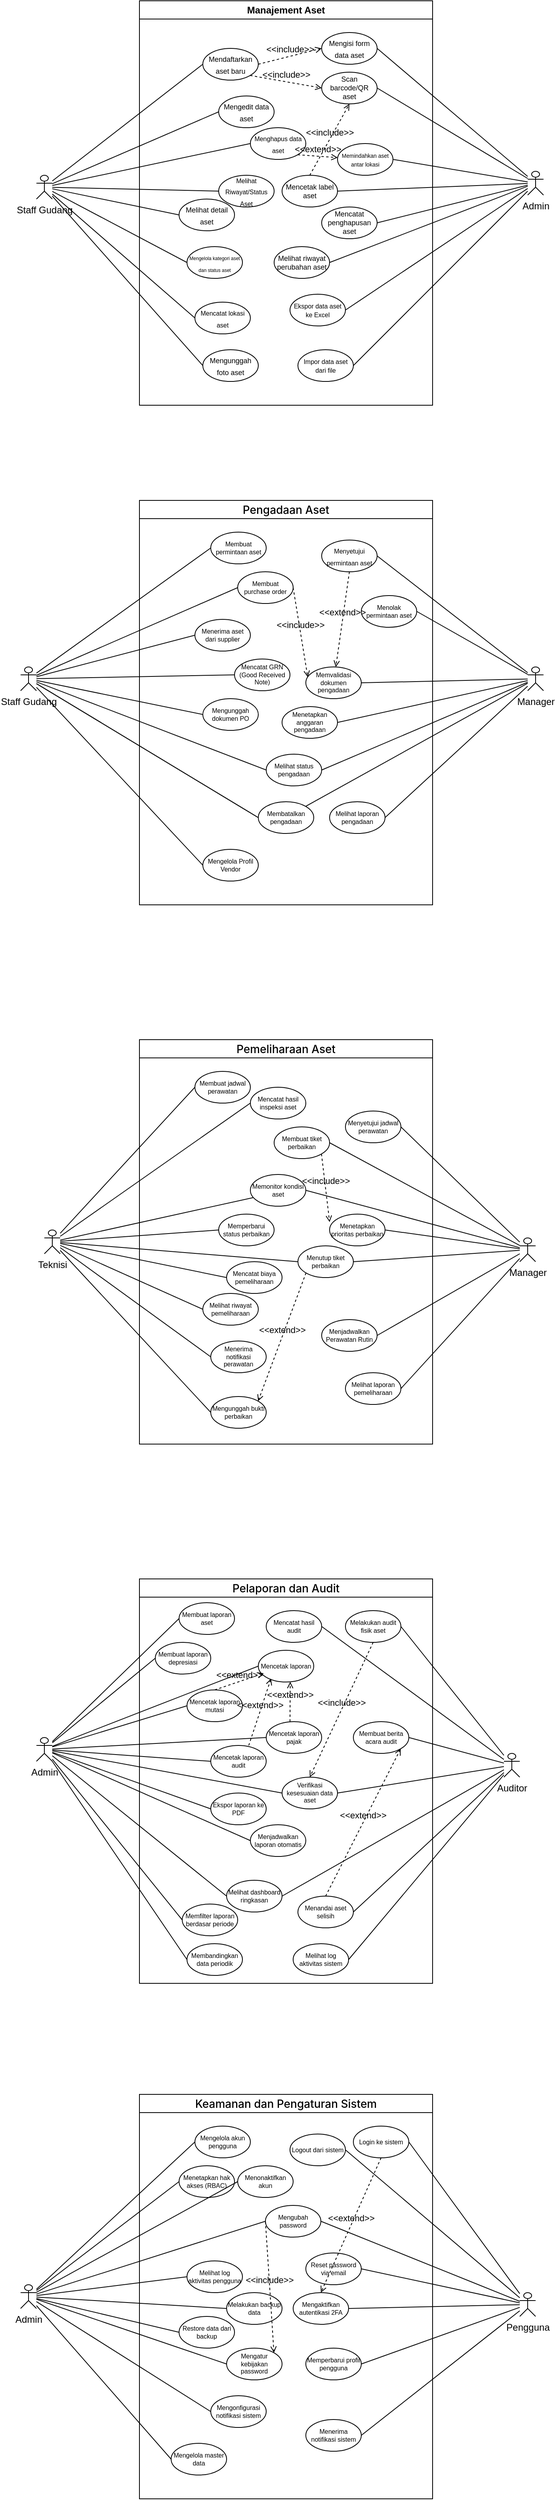
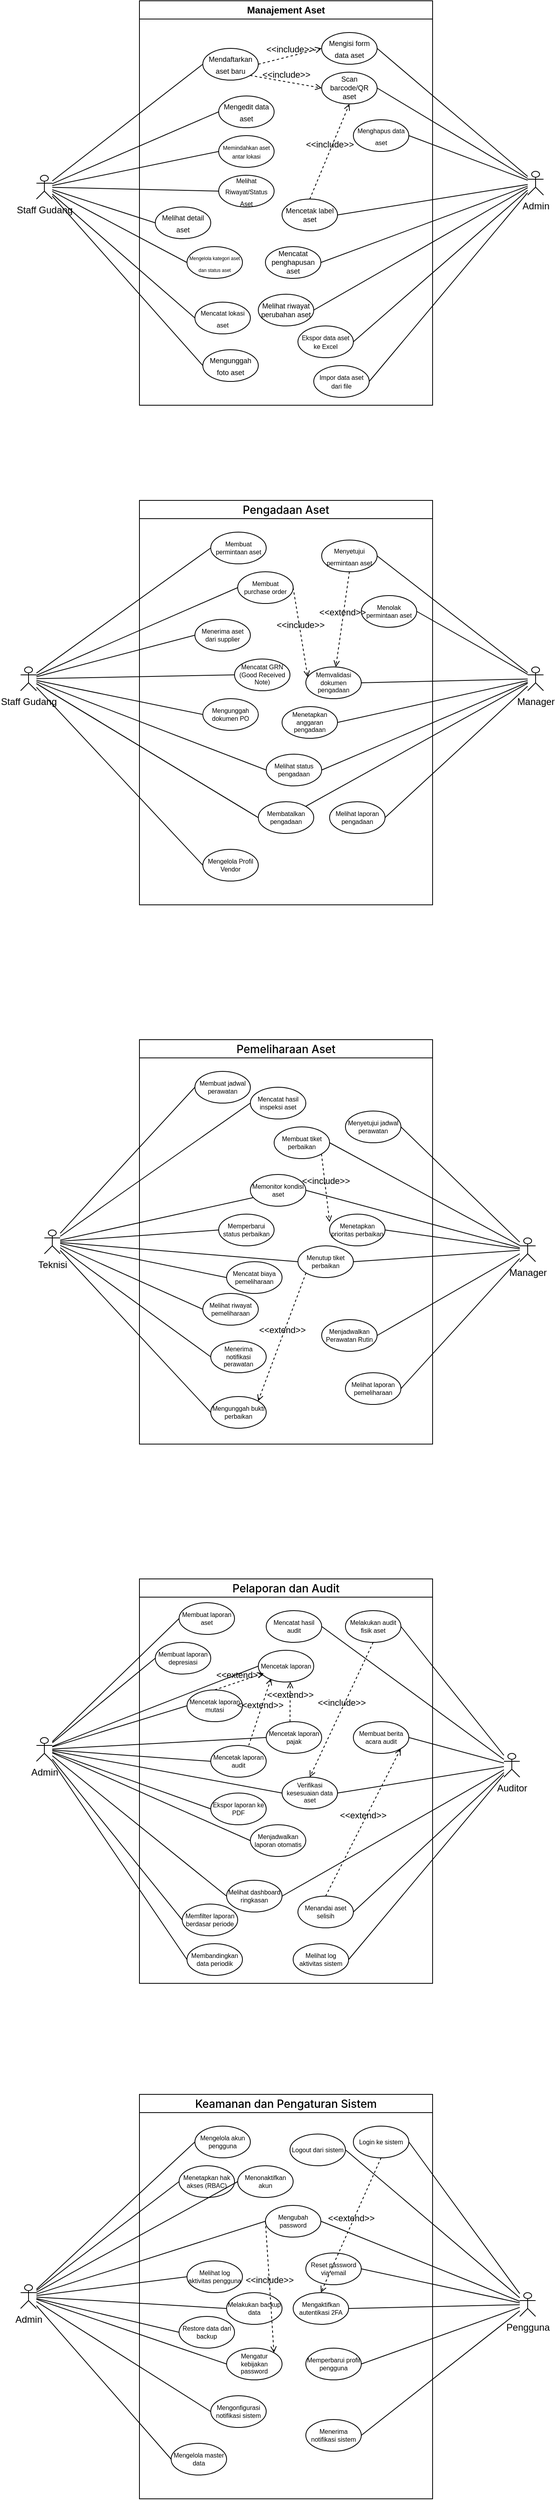
<mxfile host="app.diagrams.net">
  <diagram name="Halaman-1" id="vrqg1WvFMhjWSPYmkqD6">
-     <mxGraphModel dx="1212" dy="620" grid="1" gridSize="10" guides="1" tooltips="1" connect="1" arrows="1" fold="1" page="1" pageScale="1" pageWidth="827" pageHeight="1169" math="0" shadow="0">
+     <mxGraphModel dx="2575" dy="1318" grid="1" gridSize="10" guides="1" tooltips="1" connect="1" arrows="1" fold="1" page="1" pageScale="1" pageWidth="827" pageHeight="1169" math="0" shadow="0">
      <root>
        <mxCell id="0" />
        <mxCell id="1" parent="0" />
        <mxCell id="ttJMnmOJ9A8DWHro3bs2-210" parent="1" style="shape=umlActor;verticalLabelPosition=bottom;verticalAlign=top;html=1;outlineConnect=0;" value="Staff Gudang" vertex="1">
          <mxGeometry height="30" width="20" x="90" y="310" as="geometry" />
        </mxCell>
        <mxCell id="ttJMnmOJ9A8DWHro3bs2-211" parent="1" style="shape=umlActor;verticalLabelPosition=bottom;verticalAlign=top;html=1;outlineConnect=0;" value="Admin" vertex="1">
          <mxGeometry height="30" width="20" x="710" y="305" as="geometry" />
        </mxCell>
        <mxCell id="ttJMnmOJ9A8DWHro3bs2-212" parent="1" style="ellipse;whiteSpace=wrap;html=1;align=center;" value="&lt;span style=&quot;&quot;&gt;&lt;font style=&quot;font-size: 9px;&quot;&gt;Mendaftarkan aset baru&lt;/font&gt;&lt;/span&gt;" vertex="1">
          <mxGeometry height="40" width="70" x="300" y="150" as="geometry" />
        </mxCell>
-         <mxCell id="ttJMnmOJ9A8DWHro3bs2-213" edge="1" parent="1" source="ttJMnmOJ9A8DWHro3bs2-214" style="rounded=0;orthogonalLoop=1;jettySize=auto;html=1;exitX=0;exitY=0.5;exitDx=0;exitDy=0;endArrow=none;endFill=0;" target="ttJMnmOJ9A8DWHro3bs2-210">
-           <mxGeometry relative="1" as="geometry" />
-         </mxCell>
-         <mxCell id="ttJMnmOJ9A8DWHro3bs2-214" parent="1" style="ellipse;whiteSpace=wrap;html=1;align=center;" value="&lt;span style=&quot;&quot;&gt;&lt;font style=&quot;font-size: 8px;&quot;&gt;Menghapus data aset&lt;/font&gt;&lt;/span&gt;" vertex="1">
-           <mxGeometry height="40" width="70" x="360" y="250" as="geometry" />
-         </mxCell>
        <mxCell id="ttJMnmOJ9A8DWHro3bs2-215" edge="1" parent="1" source="ttJMnmOJ9A8DWHro3bs2-216" style="rounded=0;orthogonalLoop=1;jettySize=auto;html=1;exitX=0;exitY=0.5;exitDx=0;exitDy=0;endArrow=none;endFill=0;" target="ttJMnmOJ9A8DWHro3bs2-210">
          <mxGeometry relative="1" as="geometry" />
        </mxCell>
        <mxCell id="ttJMnmOJ9A8DWHro3bs2-217" edge="1" parent="1" source="ttJMnmOJ9A8DWHro3bs2-218" style="rounded=0;orthogonalLoop=1;jettySize=auto;html=1;exitX=0;exitY=0.5;exitDx=0;exitDy=0;endArrow=none;endFill=0;" target="ttJMnmOJ9A8DWHro3bs2-210">
          <mxGeometry relative="1" as="geometry" />
        </mxCell>
        <mxCell id="ttJMnmOJ9A8DWHro3bs2-219" parent="1" style="ellipse;whiteSpace=wrap;html=1;align=center;" value="&lt;span style=&quot;&quot;&gt;&lt;font style=&quot;font-size: 6px;&quot;&gt;Mengelola kategori aset dan status aset&lt;/font&gt;&lt;/span&gt;" vertex="1">
          <mxGeometry height="40" width="70" x="280" y="400" as="geometry" />
        </mxCell>
        <mxCell id="ttJMnmOJ9A8DWHro3bs2-220" parent="1" style="ellipse;whiteSpace=wrap;html=1;align=center;" value="&lt;span style=&quot;&quot;&gt;&lt;font style=&quot;font-size: 9px;&quot;&gt;Mengunggah foto aset&lt;/font&gt;&lt;/span&gt;" vertex="1">
          <mxGeometry height="40" width="70" x="300" y="530" as="geometry" />
        </mxCell>
        <mxCell id="ttJMnmOJ9A8DWHro3bs2-221" parent="1" style="ellipse;whiteSpace=wrap;html=1;align=center;" value="&lt;span style=&quot;&quot;&gt;&lt;font style=&quot;font-size: 9px;&quot;&gt;Mengedit data aset&lt;/font&gt;&lt;/span&gt;" vertex="1">
          <mxGeometry height="40" width="70" x="320" y="210" as="geometry" />
        </mxCell>
        <mxCell id="ttJMnmOJ9A8DWHro3bs2-222" parent="1" style="ellipse;whiteSpace=wrap;html=1;align=center;" value="&lt;span style=&quot;&quot;&gt;&lt;font style=&quot;font-size: 8px;&quot;&gt;Mencatat lokasi aset&lt;/font&gt;&lt;/span&gt;" vertex="1">
          <mxGeometry height="40" width="70" x="290" y="470" as="geometry" />
        </mxCell>
        <mxCell id="ttJMnmOJ9A8DWHro3bs2-223" parent="1" style="ellipse;whiteSpace=wrap;html=1;align=center;" value="&lt;span style=&quot;&quot;&gt;&lt;font style=&quot;font-size: 9px;&quot;&gt;Mengisi form data aset&lt;/font&gt;&lt;/span&gt;" vertex="1">
          <mxGeometry height="40" width="70" x="450" y="130" as="geometry" />
        </mxCell>
        <mxCell id="ttJMnmOJ9A8DWHro3bs2-224" parent="1" style="ellipse;whiteSpace=wrap;html=1;verticalAlign=middle;fontSize=9;align=center;" value="&lt;font&gt;Scan barcode/QR aset&lt;/font&gt;" vertex="1">
          <mxGeometry height="40" width="70" x="450" y="180" as="geometry" />
-         </mxCell>
-         <mxCell id="ttJMnmOJ9A8DWHro3bs2-225" parent="1" style="ellipse;whiteSpace=wrap;html=1;verticalAlign=middle;fontSize=9;align=center;" value="Melihat riwayat perubahan aset" vertex="1">
-           <mxGeometry height="40" width="70" x="390" y="400" as="geometry" />
        </mxCell>
        <mxCell id="ttJMnmOJ9A8DWHro3bs2-226" edge="1" parent="1" source="ttJMnmOJ9A8DWHro3bs2-227" style="rounded=0;orthogonalLoop=1;jettySize=auto;html=1;exitX=1;exitY=0.5;exitDx=0;exitDy=0;endArrow=none;endFill=0;" target="ttJMnmOJ9A8DWHro3bs2-211">
          <mxGeometry relative="1" as="geometry">
            <mxPoint x="710" y="340" as="targetPoint" />
          </mxGeometry>
        </mxCell>
-         <mxCell id="ttJMnmOJ9A8DWHro3bs2-227" parent="1" style="ellipse;whiteSpace=wrap;html=1;verticalAlign=middle;fontSize=9;align=center;" value="&lt;font style=&quot;font-size: 8px;&quot;&gt;Ekspor data aset ke Excel&lt;/font&gt;" vertex="1">
-           <mxGeometry height="40" width="70" x="410" y="460" as="geometry" />
-         </mxCell>
-         <mxCell id="ttJMnmOJ9A8DWHro3bs2-228" parent="1" style="ellipse;whiteSpace=wrap;html=1;verticalAlign=middle;fontSize=9;align=center;" value="Mencetak label aset" vertex="1">
-           <mxGeometry height="40" width="70" x="400" y="310" as="geometry" />
-         </mxCell>
-         <mxCell id="ttJMnmOJ9A8DWHro3bs2-229" parent="1" style="ellipse;whiteSpace=wrap;html=1;verticalAlign=middle;fontSize=9;align=center;" value="&lt;font style=&quot;font-size: 7px;&quot;&gt;Memindahkan aset antar lokasi&lt;/font&gt;" vertex="1">
-           <mxGeometry height="40" width="70" x="470" y="270" as="geometry" />
-         </mxCell>
-         <mxCell id="ttJMnmOJ9A8DWHro3bs2-231" parent="1" style="ellipse;whiteSpace=wrap;html=1;verticalAlign=middle;fontSize=9;align=center;" value="&lt;font style=&quot;font-size: 8px;&quot;&gt;Impor data aset dari file&lt;/font&gt;" vertex="1">
-           <mxGeometry height="40" width="70" x="420" y="530" as="geometry" />
-         </mxCell>
        <mxCell id="ttJMnmOJ9A8DWHro3bs2-232" edge="1" parent="1" source="ttJMnmOJ9A8DWHro3bs2-212" style="rounded=0;orthogonalLoop=1;jettySize=auto;html=1;exitX=0;exitY=0.5;exitDx=0;exitDy=0;endArrow=none;endFill=0;" target="ttJMnmOJ9A8DWHro3bs2-210">
          <mxGeometry relative="1" as="geometry" />
        </mxCell>
        <mxCell id="ttJMnmOJ9A8DWHro3bs2-233" edge="1" parent="1" source="ttJMnmOJ9A8DWHro3bs2-221" style="rounded=0;orthogonalLoop=1;jettySize=auto;html=1;exitX=0;exitY=0.5;exitDx=0;exitDy=0;endArrow=none;endFill=0;" target="ttJMnmOJ9A8DWHro3bs2-210">
          <mxGeometry relative="1" as="geometry" />
        </mxCell>
        <mxCell id="ttJMnmOJ9A8DWHro3bs2-234" edge="1" parent="1" source="ttJMnmOJ9A8DWHro3bs2-220" style="rounded=0;orthogonalLoop=1;jettySize=auto;html=1;exitX=0;exitY=0.5;exitDx=0;exitDy=0;endArrow=none;endFill=0;" target="ttJMnmOJ9A8DWHro3bs2-210">
          <mxGeometry relative="1" as="geometry" />
        </mxCell>
        <mxCell id="ttJMnmOJ9A8DWHro3bs2-235" edge="1" parent="1" source="ttJMnmOJ9A8DWHro3bs2-219" style="rounded=0;orthogonalLoop=1;jettySize=auto;html=1;exitX=0;exitY=0.5;exitDx=0;exitDy=0;startSize=5;endArrow=none;endFill=0;" target="ttJMnmOJ9A8DWHro3bs2-210">
          <mxGeometry relative="1" as="geometry" />
        </mxCell>
        <mxCell id="ttJMnmOJ9A8DWHro3bs2-236" edge="1" parent="1" source="ttJMnmOJ9A8DWHro3bs2-222" style="rounded=0;orthogonalLoop=1;jettySize=auto;html=1;exitX=0;exitY=0.5;exitDx=0;exitDy=0;endArrow=none;endFill=0;" target="ttJMnmOJ9A8DWHro3bs2-210">
          <mxGeometry relative="1" as="geometry" />
        </mxCell>
        <mxCell id="ttJMnmOJ9A8DWHro3bs2-237" edge="1" parent="1" source="ttJMnmOJ9A8DWHro3bs2-223" style="rounded=0;orthogonalLoop=1;jettySize=auto;html=1;exitX=1;exitY=0.5;exitDx=0;exitDy=0;endArrow=none;endFill=0;" target="ttJMnmOJ9A8DWHro3bs2-211">
          <mxGeometry relative="1" as="geometry" />
        </mxCell>
        <mxCell id="ttJMnmOJ9A8DWHro3bs2-238" edge="1" parent="1" source="ttJMnmOJ9A8DWHro3bs2-224" style="rounded=0;orthogonalLoop=1;jettySize=auto;html=1;exitX=1;exitY=0.5;exitDx=0;exitDy=0;endArrow=none;endFill=0;" target="ttJMnmOJ9A8DWHro3bs2-211">
-           <mxGeometry relative="1" as="geometry" />
-         </mxCell>
-         <mxCell id="ttJMnmOJ9A8DWHro3bs2-239" edge="1" parent="1" source="ttJMnmOJ9A8DWHro3bs2-229" style="rounded=0;orthogonalLoop=1;jettySize=auto;html=1;exitX=1;exitY=0.5;exitDx=0;exitDy=0;endArrow=none;endFill=0;" target="ttJMnmOJ9A8DWHro3bs2-211">
          <mxGeometry relative="1" as="geometry" />
        </mxCell>
        <mxCell id="ttJMnmOJ9A8DWHro3bs2-240" edge="1" parent="1" source="ttJMnmOJ9A8DWHro3bs2-230" style="rounded=0;orthogonalLoop=1;jettySize=auto;html=1;exitX=1;exitY=0.5;exitDx=0;exitDy=0;endArrow=none;endFill=0;" target="ttJMnmOJ9A8DWHro3bs2-211">
          <mxGeometry relative="1" as="geometry" />
        </mxCell>
        <mxCell id="ttJMnmOJ9A8DWHro3bs2-241" edge="1" parent="1" source="ttJMnmOJ9A8DWHro3bs2-228" style="rounded=0;orthogonalLoop=1;jettySize=auto;html=1;exitX=1;exitY=0.5;exitDx=0;exitDy=0;endArrow=none;endFill=0;" target="ttJMnmOJ9A8DWHro3bs2-211">
          <mxGeometry relative="1" as="geometry" />
        </mxCell>
        <mxCell id="ttJMnmOJ9A8DWHro3bs2-242" edge="1" parent="1" source="ttJMnmOJ9A8DWHro3bs2-225" style="rounded=0;orthogonalLoop=1;jettySize=auto;html=1;exitX=1;exitY=0.5;exitDx=0;exitDy=0;endArrow=none;endFill=0;" target="ttJMnmOJ9A8DWHro3bs2-211">
          <mxGeometry relative="1" as="geometry" />
        </mxCell>
        <mxCell id="ttJMnmOJ9A8DWHro3bs2-243" edge="1" parent="1" source="ttJMnmOJ9A8DWHro3bs2-231" style="rounded=0;orthogonalLoop=1;jettySize=auto;html=1;exitX=1;exitY=0.5;exitDx=0;exitDy=0;endArrow=none;endFill=0;" target="ttJMnmOJ9A8DWHro3bs2-211">
          <mxGeometry relative="1" as="geometry" />
        </mxCell>
        <mxCell id="ttJMnmOJ9A8DWHro3bs2-244" edge="1" parent="1" source="ttJMnmOJ9A8DWHro3bs2-228" style="html=1;verticalAlign=bottom;labelBackgroundColor=none;endArrow=open;endFill=0;dashed=1;rounded=0;exitX=0.5;exitY=0;exitDx=0;exitDy=0;entryX=0.5;entryY=1;entryDx=0;entryDy=0;" target="ttJMnmOJ9A8DWHro3bs2-224" value="&amp;lt;&amp;lt;include&amp;gt;&amp;gt;">
          <mxGeometry relative="1" width="160" as="geometry">
            <mxPoint x="380" y="390" as="sourcePoint" />
            <mxPoint x="540" y="390" as="targetPoint" />
          </mxGeometry>
        </mxCell>
        <mxCell id="ttJMnmOJ9A8DWHro3bs2-245" edge="1" parent="1" source="ttJMnmOJ9A8DWHro3bs2-212" style="html=1;verticalAlign=bottom;labelBackgroundColor=none;endArrow=open;endFill=0;dashed=1;rounded=0;entryX=0;entryY=0.5;entryDx=0;entryDy=0;exitX=1;exitY=0.5;exitDx=0;exitDy=0;" target="ttJMnmOJ9A8DWHro3bs2-223" value="&amp;lt;&amp;lt;include&amp;gt;&amp;gt;">
          <mxGeometry relative="1" width="160" as="geometry">
            <mxPoint x="400" y="170" as="sourcePoint" />
            <mxPoint x="560" y="170" as="targetPoint" />
          </mxGeometry>
        </mxCell>
        <mxCell id="ttJMnmOJ9A8DWHro3bs2-246" edge="1" parent="1" source="ttJMnmOJ9A8DWHro3bs2-212" style="html=1;verticalAlign=bottom;labelBackgroundColor=none;endArrow=open;endFill=0;dashed=1;rounded=0;entryX=0;entryY=0.5;entryDx=0;entryDy=0;exitX=1;exitY=1;exitDx=0;exitDy=0;" target="ttJMnmOJ9A8DWHro3bs2-224" value="&amp;lt;&amp;lt;include&amp;gt;&amp;gt;">
          <mxGeometry relative="1" width="160" as="geometry">
            <mxPoint x="400" y="190" as="sourcePoint" />
            <mxPoint x="470" y="200" as="targetPoint" />
          </mxGeometry>
        </mxCell>
-         <mxCell id="ttJMnmOJ9A8DWHro3bs2-247" edge="1" parent="1" source="ttJMnmOJ9A8DWHro3bs2-214" style="html=1;verticalAlign=bottom;labelBackgroundColor=none;endArrow=open;endFill=0;dashed=1;rounded=0;exitX=1;exitY=1;exitDx=0;exitDy=0;" target="ttJMnmOJ9A8DWHro3bs2-229" value="&amp;lt;&amp;lt;extend&amp;gt;&amp;gt;">
-           <mxGeometry relative="1" width="160" as="geometry">
-             <mxPoint x="530" y="240" as="sourcePoint" />
-             <mxPoint x="690" y="240" as="targetPoint" />
-           </mxGeometry>
-         </mxCell>
        <mxCell id="ttJMnmOJ9A8DWHro3bs2-248" parent="1" style="swimlane;whiteSpace=wrap;html=1;startSize=23;" value="Manajement Aset" vertex="1">
          <mxGeometry height="510" width="370" x="220" y="90" as="geometry" />
        </mxCell>
        <mxCell id="ttJMnmOJ9A8DWHro3bs2-218" parent="ttJMnmOJ9A8DWHro3bs2-248" style="ellipse;whiteSpace=wrap;html=1;align=center;" value="&lt;span style=&quot;&quot;&gt;&lt;font style=&quot;font-size: 9px;&quot;&gt;Melihat detail aset&lt;/font&gt;&lt;/span&gt;" vertex="1">
-           <mxGeometry height="40" width="70" x="50" y="250" as="geometry" />
+           <mxGeometry height="40" width="70" x="20" y="260" as="geometry" />
        </mxCell>
        <mxCell id="ttJMnmOJ9A8DWHro3bs2-216" parent="ttJMnmOJ9A8DWHro3bs2-248" style="ellipse;whiteSpace=wrap;html=1;align=center;" value="&lt;font style=&quot;font-size: 8px;&quot;&gt;Melihat Riwayat/Status Aset&lt;/font&gt;" vertex="1">
          <mxGeometry height="40" width="70" x="100" y="220" as="geometry" />
        </mxCell>
        <mxCell id="ttJMnmOJ9A8DWHro3bs2-230" parent="ttJMnmOJ9A8DWHro3bs2-248" style="ellipse;whiteSpace=wrap;html=1;verticalAlign=middle;fontSize=9;align=center;" value="Mencatat penghapusan aset" vertex="1">
-           <mxGeometry height="40" width="70" x="230" y="260" as="geometry" />
+           <mxGeometry height="40" width="70" x="159" y="310" as="geometry" />
+         </mxCell>
+         <mxCell id="ttJMnmOJ9A8DWHro3bs2-214" parent="ttJMnmOJ9A8DWHro3bs2-248" style="ellipse;whiteSpace=wrap;html=1;align=center;" value="&lt;span style=&quot;&quot;&gt;&lt;font style=&quot;font-size: 8px;&quot;&gt;Menghapus data aset&lt;/font&gt;&lt;/span&gt;" vertex="1">
+           <mxGeometry height="40" width="70" x="270" y="150" as="geometry" />
+         </mxCell>
+         <mxCell id="ttJMnmOJ9A8DWHro3bs2-229" parent="ttJMnmOJ9A8DWHro3bs2-248" style="ellipse;whiteSpace=wrap;html=1;verticalAlign=middle;fontSize=9;align=center;" value="&lt;font style=&quot;font-size: 7px;&quot;&gt;Memindahkan aset antar lokasi&lt;/font&gt;" vertex="1">
+           <mxGeometry height="40" width="70" x="100" y="170" as="geometry" />
+         </mxCell>
+         <mxCell id="ttJMnmOJ9A8DWHro3bs2-225" parent="ttJMnmOJ9A8DWHro3bs2-248" style="ellipse;whiteSpace=wrap;html=1;verticalAlign=middle;fontSize=9;align=center;" value="Melihat riwayat perubahan aset" vertex="1">
+           <mxGeometry height="40" width="70" x="150" y="370" as="geometry" />
+         </mxCell>
+         <mxCell id="ttJMnmOJ9A8DWHro3bs2-231" parent="ttJMnmOJ9A8DWHro3bs2-248" style="ellipse;whiteSpace=wrap;html=1;verticalAlign=middle;fontSize=9;align=center;" value="&lt;font style=&quot;font-size: 8px;&quot;&gt;Impor data aset dari file&lt;/font&gt;" vertex="1">
+           <mxGeometry height="40" width="70" x="220" y="460" as="geometry" />
+         </mxCell>
+         <mxCell id="ttJMnmOJ9A8DWHro3bs2-227" parent="ttJMnmOJ9A8DWHro3bs2-248" style="ellipse;whiteSpace=wrap;html=1;verticalAlign=middle;fontSize=9;align=center;" value="&lt;font style=&quot;font-size: 8px;&quot;&gt;Ekspor data aset ke Excel&lt;/font&gt;" vertex="1">
+           <mxGeometry height="40" width="70" x="200" y="410" as="geometry" />
+         </mxCell>
+         <mxCell id="ttJMnmOJ9A8DWHro3bs2-228" parent="ttJMnmOJ9A8DWHro3bs2-248" style="ellipse;whiteSpace=wrap;html=1;verticalAlign=middle;fontSize=9;align=center;" value="Mencetak label aset" vertex="1">
+           <mxGeometry height="40" width="70" x="180" y="250" as="geometry" />
        </mxCell>
        <mxCell id="ttJMnmOJ9A8DWHro3bs2-249" parent="1" style="swimlane;whiteSpace=wrap;html=1;startSize=23;" value="&lt;span style=&quot;font-family: &amp;quot;Anthropic Sans&amp;quot;, -apple-system, BlinkMacSystemFont, &amp;quot;Segoe UI&amp;quot;, sans-serif; font-size: 14px; font-weight: 500; text-align: start; white-space: nowrap;&quot;&gt;Pengadaan Aset&lt;/span&gt;" vertex="1">
          <mxGeometry height="510" width="370" x="220" y="720" as="geometry" />
        </mxCell>
        <mxCell id="ttJMnmOJ9A8DWHro3bs2-253" parent="ttJMnmOJ9A8DWHro3bs2-249" style="ellipse;whiteSpace=wrap;html=1;align=center;fontSize=8;" value="&lt;span style=&quot;&quot;&gt;Membuat permintaan aset&lt;/span&gt;" vertex="1">
          <mxGeometry height="40" width="70" x="90" y="40" as="geometry" />
        </mxCell>
        <mxCell id="ttJMnmOJ9A8DWHro3bs2-254" parent="ttJMnmOJ9A8DWHro3bs2-249" style="ellipse;whiteSpace=wrap;html=1;align=center;fontSize=8;" value="&lt;span style=&quot;&quot;&gt;Membuat purchase order&lt;/span&gt;" vertex="1">
          <mxGeometry height="40" width="70" x="124" y="90" as="geometry" />
        </mxCell>
        <mxCell id="ttJMnmOJ9A8DWHro3bs2-260" parent="ttJMnmOJ9A8DWHro3bs2-249" style="ellipse;whiteSpace=wrap;html=1;align=center;fontSize=8;" value="&lt;span style=&quot;&quot;&gt;Menerima aset dari supplier&lt;/span&gt;" vertex="1">
          <mxGeometry height="40" width="70" x="70" y="150" as="geometry" />
        </mxCell>
        <mxCell id="ttJMnmOJ9A8DWHro3bs2-255" parent="ttJMnmOJ9A8DWHro3bs2-249" style="ellipse;whiteSpace=wrap;html=1;align=center;fontSize=8;" value="Mengelola Profil Vendor" vertex="1">
          <mxGeometry height="40" width="70" x="80" y="440" as="geometry" />
        </mxCell>
        <mxCell id="ttJMnmOJ9A8DWHro3bs2-258" parent="ttJMnmOJ9A8DWHro3bs2-249" style="ellipse;whiteSpace=wrap;html=1;align=center;fontSize=8;" value="&lt;span style=&quot;&quot;&gt;Mencatat GRN (Good Received Note)&lt;/span&gt;" vertex="1">
          <mxGeometry height="40" width="70" x="120" y="200" as="geometry" />
        </mxCell>
        <mxCell id="ttJMnmOJ9A8DWHro3bs2-259" parent="ttJMnmOJ9A8DWHro3bs2-249" style="ellipse;whiteSpace=wrap;html=1;align=center;fontSize=8;" value="&lt;span style=&quot;&quot;&gt;Membatalkan pengadaan&lt;/span&gt;" vertex="1">
          <mxGeometry height="40" width="70" x="150" y="380" as="geometry" />
        </mxCell>
        <mxCell id="ttJMnmOJ9A8DWHro3bs2-256" parent="ttJMnmOJ9A8DWHro3bs2-249" style="ellipse;whiteSpace=wrap;html=1;align=center;fontSize=8;" value="&lt;span style=&quot;&quot;&gt;Mengunggah dokumen PO&lt;/span&gt;" vertex="1">
          <mxGeometry height="40" width="70" x="80" y="250" as="geometry" />
        </mxCell>
        <mxCell id="ttJMnmOJ9A8DWHro3bs2-257" parent="ttJMnmOJ9A8DWHro3bs2-249" style="ellipse;whiteSpace=wrap;html=1;align=center;fontSize=8;" value="&lt;span style=&quot;&quot;&gt;Melihat status pengadaan&lt;/span&gt;" vertex="1">
          <mxGeometry height="40" width="70" x="160" y="320" as="geometry" />
        </mxCell>
        <mxCell id="ttJMnmOJ9A8DWHro3bs2-263" parent="ttJMnmOJ9A8DWHro3bs2-249" style="ellipse;whiteSpace=wrap;html=1;align=center;" value="&lt;span style=&quot;&quot;&gt;&lt;font style=&quot;font-size: 8px;&quot;&gt;Menyetujui permintaan aset&lt;/font&gt;&lt;/span&gt;" vertex="1">
          <mxGeometry height="40" width="70" x="230" y="50" as="geometry" />
        </mxCell>
        <mxCell id="ttJMnmOJ9A8DWHro3bs2-261" parent="ttJMnmOJ9A8DWHro3bs2-249" style="ellipse;whiteSpace=wrap;html=1;align=center;fontSize=8;" value="&lt;span style=&quot;&quot;&gt;Menolak permintaan aset&lt;/span&gt;" vertex="1">
          <mxGeometry height="40" width="70" x="280" y="120" as="geometry" />
        </mxCell>
        <mxCell id="ttJMnmOJ9A8DWHro3bs2-262" parent="ttJMnmOJ9A8DWHro3bs2-249" style="ellipse;whiteSpace=wrap;html=1;align=center;fontSize=8;" value="&lt;br&gt;&lt;span style=&quot;orphans: 2; text-indent: 0px; widows: 2; text-decoration-thickness: initial; text-decoration-style: initial; text-decoration-color: initial; float: none; display: inline !important; color: rgb(0, 0, 0);&quot;&gt;Menetapkan anggaran pengadaan&lt;/span&gt;&lt;div&gt;&lt;br/&gt;&lt;/div&gt;" vertex="1">
          <mxGeometry height="40" width="70" x="180" y="260" as="geometry" />
        </mxCell>
        <mxCell id="ttJMnmOJ9A8DWHro3bs2-264" parent="ttJMnmOJ9A8DWHro3bs2-249" style="ellipse;whiteSpace=wrap;html=1;align=center;fontSize=8;" value="&lt;span style=&quot;&quot;&gt;Melihat laporan pengadaan&lt;/span&gt;" vertex="1">
          <mxGeometry height="40" width="70" x="240" y="380" as="geometry" />
        </mxCell>
        <mxCell id="ttJMnmOJ9A8DWHro3bs2-265" parent="ttJMnmOJ9A8DWHro3bs2-249" style="ellipse;whiteSpace=wrap;html=1;align=center;fontSize=8;" value="&lt;span style=&quot;&quot;&gt;Memvalidasi dokumen pengadaan&lt;/span&gt;" vertex="1">
          <mxGeometry height="40" width="70" x="210" y="210" as="geometry" />
        </mxCell>
        <mxCell id="ttJMnmOJ9A8DWHro3bs2-285" edge="1" parent="ttJMnmOJ9A8DWHro3bs2-249" source="ttJMnmOJ9A8DWHro3bs2-254" style="html=1;verticalAlign=bottom;labelBackgroundColor=none;endArrow=open;endFill=0;dashed=1;rounded=0;exitX=1;exitY=0.5;exitDx=0;exitDy=0;entryX=0.035;entryY=0.322;entryDx=0;entryDy=0;entryPerimeter=0;" target="ttJMnmOJ9A8DWHro3bs2-265" value="&amp;lt;&amp;lt;include&amp;gt;&amp;gt;">
          <mxGeometry relative="1" width="160" as="geometry">
            <mxPoint x="200" y="180" as="sourcePoint" />
            <mxPoint x="250" y="90" as="targetPoint" />
          </mxGeometry>
        </mxCell>
        <mxCell id="ttJMnmOJ9A8DWHro3bs2-286" edge="1" parent="ttJMnmOJ9A8DWHro3bs2-249" source="ttJMnmOJ9A8DWHro3bs2-263" style="html=1;verticalAlign=bottom;labelBackgroundColor=none;endArrow=open;endFill=0;dashed=1;rounded=0;exitX=0.5;exitY=1;exitDx=0;exitDy=0;" target="ttJMnmOJ9A8DWHro3bs2-265" value="&amp;lt;&amp;lt;extend&amp;gt;&amp;gt;">
          <mxGeometry relative="1" width="160" as="geometry">
            <mxPoint x="220" y="80" as="sourcePoint" />
            <mxPoint x="270" y="84" as="targetPoint" />
          </mxGeometry>
        </mxCell>
        <mxCell id="ttJMnmOJ9A8DWHro3bs2-250" parent="1" style="shape=umlActor;verticalLabelPosition=bottom;verticalAlign=top;html=1;outlineConnect=0;" value="Staff Gudang" vertex="1">
          <mxGeometry height="30" width="20" x="70" y="930" as="geometry" />
        </mxCell>
        <mxCell id="ttJMnmOJ9A8DWHro3bs2-251" parent="1" style="shape=umlActor;verticalLabelPosition=bottom;verticalAlign=top;html=1;outlineConnect=0;" value="Manager" vertex="1">
          <mxGeometry height="30" width="20" x="710" y="930" as="geometry" />
        </mxCell>
        <mxCell id="ttJMnmOJ9A8DWHro3bs2-274" edge="1" parent="1" source="ttJMnmOJ9A8DWHro3bs2-256" style="rounded=0;orthogonalLoop=1;jettySize=auto;html=1;exitX=0;exitY=0.5;exitDx=0;exitDy=0;endArrow=none;endFill=0;" target="ttJMnmOJ9A8DWHro3bs2-250">
          <mxGeometry relative="1" as="geometry" />
        </mxCell>
        <mxCell id="ttJMnmOJ9A8DWHro3bs2-275" edge="1" parent="1" source="ttJMnmOJ9A8DWHro3bs2-257" style="rounded=0;orthogonalLoop=1;jettySize=auto;html=1;exitX=0;exitY=0.5;exitDx=0;exitDy=0;endArrow=none;endFill=0;" target="ttJMnmOJ9A8DWHro3bs2-250">
          <mxGeometry relative="1" as="geometry" />
        </mxCell>
        <mxCell id="ttJMnmOJ9A8DWHro3bs2-266" edge="1" parent="1" source="ttJMnmOJ9A8DWHro3bs2-253" style="rounded=0;orthogonalLoop=1;jettySize=auto;html=1;exitX=0;exitY=0.5;exitDx=0;exitDy=0;endArrow=none;endFill=0;" target="ttJMnmOJ9A8DWHro3bs2-250">
          <mxGeometry relative="1" as="geometry" />
        </mxCell>
        <mxCell id="ttJMnmOJ9A8DWHro3bs2-267" edge="1" parent="1" source="ttJMnmOJ9A8DWHro3bs2-254" style="rounded=0;orthogonalLoop=1;jettySize=auto;html=1;exitX=0;exitY=0.5;exitDx=0;exitDy=0;endArrow=none;endFill=0;" target="ttJMnmOJ9A8DWHro3bs2-250">
          <mxGeometry relative="1" as="geometry" />
        </mxCell>
        <mxCell id="ttJMnmOJ9A8DWHro3bs2-268" edge="1" parent="1" source="ttJMnmOJ9A8DWHro3bs2-260" style="rounded=0;orthogonalLoop=1;jettySize=auto;html=1;exitX=0;exitY=0.5;exitDx=0;exitDy=0;endArrow=none;endFill=0;" target="ttJMnmOJ9A8DWHro3bs2-250">
          <mxGeometry relative="1" as="geometry" />
        </mxCell>
        <mxCell id="ttJMnmOJ9A8DWHro3bs2-269" edge="1" parent="1" source="ttJMnmOJ9A8DWHro3bs2-255" style="rounded=0;orthogonalLoop=1;jettySize=auto;html=1;exitX=0;exitY=0.5;exitDx=0;exitDy=0;endArrow=none;endFill=0;" target="ttJMnmOJ9A8DWHro3bs2-250">
          <mxGeometry relative="1" as="geometry" />
        </mxCell>
        <mxCell id="ttJMnmOJ9A8DWHro3bs2-271" edge="1" parent="1" source="ttJMnmOJ9A8DWHro3bs2-259" style="rounded=0;orthogonalLoop=1;jettySize=auto;html=1;exitX=0;exitY=0.5;exitDx=0;exitDy=0;endArrow=none;endFill=0;" target="ttJMnmOJ9A8DWHro3bs2-250">
          <mxGeometry relative="1" as="geometry" />
        </mxCell>
        <mxCell id="ttJMnmOJ9A8DWHro3bs2-272" edge="1" parent="1" source="ttJMnmOJ9A8DWHro3bs2-259" style="rounded=0;orthogonalLoop=1;jettySize=auto;html=1;exitX=0;exitY=0.5;exitDx=0;exitDy=0;endArrow=none;endFill=0;" target="ttJMnmOJ9A8DWHro3bs2-250">
          <mxGeometry relative="1" as="geometry" />
        </mxCell>
        <mxCell id="ttJMnmOJ9A8DWHro3bs2-276" edge="1" parent="1" source="ttJMnmOJ9A8DWHro3bs2-258" style="rounded=0;orthogonalLoop=1;jettySize=auto;html=1;exitX=0;exitY=0.5;exitDx=0;exitDy=0;endArrow=none;endFill=0;" target="ttJMnmOJ9A8DWHro3bs2-250" value="">
          <mxGeometry relative="1" as="geometry">
            <mxPoint x="330" y="1030" as="sourcePoint" />
            <mxPoint x="120" y="900" as="targetPoint" />
          </mxGeometry>
        </mxCell>
        <mxCell id="ttJMnmOJ9A8DWHro3bs2-278" edge="1" parent="1" source="ttJMnmOJ9A8DWHro3bs2-263" style="rounded=0;orthogonalLoop=1;jettySize=auto;html=1;exitX=1;exitY=0.5;exitDx=0;exitDy=0;endArrow=none;endFill=0;" target="ttJMnmOJ9A8DWHro3bs2-251">
          <mxGeometry relative="1" as="geometry" />
        </mxCell>
        <mxCell id="ttJMnmOJ9A8DWHro3bs2-279" edge="1" parent="1" source="ttJMnmOJ9A8DWHro3bs2-261" style="rounded=0;orthogonalLoop=1;jettySize=auto;html=1;exitX=1;exitY=0.5;exitDx=0;exitDy=0;endArrow=none;endFill=0;" target="ttJMnmOJ9A8DWHro3bs2-251">
          <mxGeometry relative="1" as="geometry" />
        </mxCell>
        <mxCell id="ttJMnmOJ9A8DWHro3bs2-280" edge="1" parent="1" source="ttJMnmOJ9A8DWHro3bs2-262" style="rounded=0;orthogonalLoop=1;jettySize=auto;html=1;exitX=1;exitY=0.5;exitDx=0;exitDy=0;endArrow=none;endFill=0;" target="ttJMnmOJ9A8DWHro3bs2-251">
          <mxGeometry relative="1" as="geometry" />
        </mxCell>
        <mxCell id="ttJMnmOJ9A8DWHro3bs2-281" edge="1" parent="1" source="ttJMnmOJ9A8DWHro3bs2-264" style="rounded=0;orthogonalLoop=1;jettySize=auto;html=1;exitX=1;exitY=0.5;exitDx=0;exitDy=0;endArrow=none;endFill=0;" target="ttJMnmOJ9A8DWHro3bs2-251">
          <mxGeometry relative="1" as="geometry" />
        </mxCell>
        <mxCell id="ttJMnmOJ9A8DWHro3bs2-282" edge="1" parent="1" source="ttJMnmOJ9A8DWHro3bs2-265" style="rounded=0;orthogonalLoop=1;jettySize=auto;html=1;exitX=1;exitY=0.5;exitDx=0;exitDy=0;endArrow=none;endFill=0;" target="ttJMnmOJ9A8DWHro3bs2-251">
          <mxGeometry relative="1" as="geometry" />
        </mxCell>
        <mxCell id="ttJMnmOJ9A8DWHro3bs2-319" parent="1" style="swimlane;whiteSpace=wrap;html=1;startSize=23;" value="&lt;span style=&quot;font-family: &amp;quot;Anthropic Sans&amp;quot;, -apple-system, BlinkMacSystemFont, &amp;quot;Segoe UI&amp;quot;, sans-serif; font-size: 14px; font-weight: 500; text-align: start; white-space: nowrap;&quot;&gt;Pemeliharaan Aset&lt;/span&gt;" vertex="1">
          <mxGeometry height="510" width="370" x="220" y="1400" as="geometry" />
        </mxCell>
        <mxCell id="ttJMnmOJ9A8DWHro3bs2-322" parent="ttJMnmOJ9A8DWHro3bs2-319" style="ellipse;whiteSpace=wrap;html=1;align=center;fontSize=8;" value="Membuat jadwal perawatan" vertex="1">
          <mxGeometry height="40" width="70" x="70" y="40" as="geometry" />
        </mxCell>
        <mxCell id="ttJMnmOJ9A8DWHro3bs2-323" parent="ttJMnmOJ9A8DWHro3bs2-319" style="ellipse;whiteSpace=wrap;html=1;align=center;fontSize=8;" value="Mencatat hasil inspeksi aset" vertex="1">
          <mxGeometry height="40" width="70" x="140" y="60" as="geometry" />
        </mxCell>
        <mxCell id="ttJMnmOJ9A8DWHro3bs2-324" parent="ttJMnmOJ9A8DWHro3bs2-319" style="ellipse;whiteSpace=wrap;html=1;align=center;fontSize=8;" value="Membuat tiket perbaikan" vertex="1">
          <mxGeometry height="40" width="70" x="170" y="110" as="geometry" />
        </mxCell>
        <mxCell id="ttJMnmOJ9A8DWHro3bs2-325" parent="ttJMnmOJ9A8DWHro3bs2-319" style="ellipse;whiteSpace=wrap;html=1;align=center;fontSize=8;" value="Memperbarui status perbaikan" vertex="1">
          <mxGeometry height="40" width="70" x="100" y="220" as="geometry" />
        </mxCell>
        <mxCell id="ttJMnmOJ9A8DWHro3bs2-326" parent="ttJMnmOJ9A8DWHro3bs2-319" style="ellipse;whiteSpace=wrap;html=1;align=center;fontSize=8;" value="Mencatat biaya pemeliharaan" vertex="1">
          <mxGeometry height="40" width="70" x="110" y="280" as="geometry" />
        </mxCell>
        <mxCell id="ttJMnmOJ9A8DWHro3bs2-327" parent="ttJMnmOJ9A8DWHro3bs2-319" style="ellipse;whiteSpace=wrap;html=1;align=center;fontSize=8;" value="Menerima notifikasi perawatan" vertex="1">
          <mxGeometry height="40" width="70" x="90" y="380" as="geometry" />
        </mxCell>
        <mxCell id="ttJMnmOJ9A8DWHro3bs2-328" parent="ttJMnmOJ9A8DWHro3bs2-319" style="ellipse;whiteSpace=wrap;html=1;align=center;fontSize=8;" value="Melihat riwayat pemeliharaan" vertex="1">
          <mxGeometry height="40" width="70" x="80" y="320" as="geometry" />
        </mxCell>
        <mxCell id="ttJMnmOJ9A8DWHro3bs2-329" parent="ttJMnmOJ9A8DWHro3bs2-319" style="ellipse;whiteSpace=wrap;html=1;align=center;fontSize=8;" value="Mengunggah bukti perbaikan" vertex="1">
          <mxGeometry height="40" width="70" x="90" y="450" as="geometry" />
        </mxCell>
        <mxCell id="ttJMnmOJ9A8DWHro3bs2-332" parent="ttJMnmOJ9A8DWHro3bs2-319" style="ellipse;whiteSpace=wrap;html=1;align=center;fontSize=8;" value="Menetapkan prioritas perbaikan" vertex="1">
          <mxGeometry height="40" width="70" x="240" y="220" as="geometry" />
        </mxCell>
        <mxCell id="ttJMnmOJ9A8DWHro3bs2-333" parent="ttJMnmOJ9A8DWHro3bs2-319" style="ellipse;whiteSpace=wrap;html=1;align=center;fontSize=8;" value="Melihat laporan pemeliharaan" vertex="1">
          <mxGeometry height="40" width="70" x="260" y="420" as="geometry" />
        </mxCell>
        <mxCell id="ttJMnmOJ9A8DWHro3bs2-334" parent="ttJMnmOJ9A8DWHro3bs2-319" style="ellipse;whiteSpace=wrap;html=1;align=center;fontSize=8;" value="Menutup tiket perbaikan" vertex="1">
          <mxGeometry height="40" width="70" x="200" y="260" as="geometry" />
        </mxCell>
        <mxCell id="ttJMnmOJ9A8DWHro3bs2-335" parent="ttJMnmOJ9A8DWHro3bs2-319" style="ellipse;whiteSpace=wrap;html=1;align=center;fontSize=8;" value="Menjadwalkan Perawatan Rutin" vertex="1">
          <mxGeometry height="40" width="70" x="230" y="353" as="geometry" />
        </mxCell>
        <mxCell id="ttJMnmOJ9A8DWHro3bs2-352" edge="1" parent="ttJMnmOJ9A8DWHro3bs2-319" source="ttJMnmOJ9A8DWHro3bs2-335" style="edgeStyle=orthogonalEdgeStyle;rounded=0;orthogonalLoop=1;jettySize=auto;html=1;exitX=0.5;exitY=1;exitDx=0;exitDy=0;" target="ttJMnmOJ9A8DWHro3bs2-335">
          <mxGeometry relative="1" as="geometry" />
        </mxCell>
        <mxCell id="ttJMnmOJ9A8DWHro3bs2-353" edge="1" parent="ttJMnmOJ9A8DWHro3bs2-319" source="ttJMnmOJ9A8DWHro3bs2-324" style="html=1;verticalAlign=bottom;labelBackgroundColor=none;endArrow=open;endFill=0;dashed=1;rounded=0;exitX=1;exitY=1;exitDx=0;exitDy=0;entryX=0;entryY=0.25;entryDx=0;entryDy=0;entryPerimeter=0;" target="ttJMnmOJ9A8DWHro3bs2-332" value="&amp;lt;&amp;lt;include&amp;gt;&amp;gt;">
          <mxGeometry relative="1" width="160" as="geometry">
            <mxPoint x="220" y="180" as="sourcePoint" />
            <mxPoint x="238" y="293" as="targetPoint" />
          </mxGeometry>
        </mxCell>
        <mxCell id="ttJMnmOJ9A8DWHro3bs2-354" edge="1" parent="ttJMnmOJ9A8DWHro3bs2-319" source="ttJMnmOJ9A8DWHro3bs2-334" style="html=1;verticalAlign=bottom;labelBackgroundColor=none;endArrow=open;endFill=0;dashed=1;rounded=0;exitX=0;exitY=1;exitDx=0;exitDy=0;entryX=1;entryY=0;entryDx=0;entryDy=0;" target="ttJMnmOJ9A8DWHro3bs2-329" value="&amp;lt;&amp;lt;extend&amp;gt;&amp;gt;">
          <mxGeometry relative="1" width="160" as="geometry">
            <mxPoint x="197" y="390" as="sourcePoint" />
            <mxPoint x="180" y="510" as="targetPoint" />
          </mxGeometry>
        </mxCell>
        <mxCell id="ttJMnmOJ9A8DWHro3bs2-331" parent="ttJMnmOJ9A8DWHro3bs2-319" style="ellipse;whiteSpace=wrap;html=1;align=center;fontSize=8;" value="Memonitor kondisi aset" vertex="1">
          <mxGeometry height="40" width="70" x="140" y="170" as="geometry" />
        </mxCell>
        <mxCell id="JGa3toTjyCk54IzFmMTe-4" edge="1" parent="1" source="ttJMnmOJ9A8DWHro3bs2-320" style="rounded=0;orthogonalLoop=1;jettySize=auto;html=1;entryX=0;entryY=0.5;entryDx=0;entryDy=0;endArrow=none;endFill=0;" target="ttJMnmOJ9A8DWHro3bs2-334">
          <mxGeometry relative="1" as="geometry" />
        </mxCell>
        <mxCell id="ttJMnmOJ9A8DWHro3bs2-320" parent="1" style="shape=umlActor;verticalLabelPosition=bottom;verticalAlign=top;html=1;outlineConnect=0;" value="Teknisi" vertex="1">
          <mxGeometry height="30" width="20" x="100" y="1640" as="geometry" />
        </mxCell>
        <mxCell id="ttJMnmOJ9A8DWHro3bs2-321" parent="1" style="shape=umlActor;verticalLabelPosition=bottom;verticalAlign=top;html=1;outlineConnect=0;" value="Manager" vertex="1">
          <mxGeometry height="30" width="20" x="700" y="1650" as="geometry" />
        </mxCell>
        <mxCell id="ttJMnmOJ9A8DWHro3bs2-330" parent="1" style="ellipse;whiteSpace=wrap;html=1;align=center;fontSize=8;" value="Menyetujui jadwal perawatan" vertex="1">
          <mxGeometry height="40" width="70" x="480" y="1490" as="geometry" />
        </mxCell>
        <mxCell id="ttJMnmOJ9A8DWHro3bs2-351" edge="1" parent="1" source="ttJMnmOJ9A8DWHro3bs2-335" style="rounded=0;orthogonalLoop=1;jettySize=auto;html=1;exitX=1;exitY=0.5;exitDx=0;exitDy=0;endArrow=none;endFill=0;">
          <mxGeometry relative="1" as="geometry">
            <mxPoint x="700" y="1670" as="targetPoint" />
          </mxGeometry>
        </mxCell>
        <mxCell id="ttJMnmOJ9A8DWHro3bs2-336" edge="1" parent="1" source="ttJMnmOJ9A8DWHro3bs2-322" style="rounded=0;orthogonalLoop=1;jettySize=auto;html=1;exitX=0;exitY=0.5;exitDx=0;exitDy=0;endArrow=none;endFill=0;" target="ttJMnmOJ9A8DWHro3bs2-320">
          <mxGeometry relative="1" as="geometry" />
        </mxCell>
        <mxCell id="ttJMnmOJ9A8DWHro3bs2-337" edge="1" parent="1" source="ttJMnmOJ9A8DWHro3bs2-323" style="rounded=0;orthogonalLoop=1;jettySize=auto;html=1;exitX=0;exitY=0.5;exitDx=0;exitDy=0;endArrow=none;endFill=0;" target="ttJMnmOJ9A8DWHro3bs2-320">
          <mxGeometry relative="1" as="geometry" />
        </mxCell>
        <mxCell id="ttJMnmOJ9A8DWHro3bs2-339" edge="1" parent="1" source="ttJMnmOJ9A8DWHro3bs2-325" style="rounded=0;orthogonalLoop=1;jettySize=auto;html=1;exitX=0;exitY=0.5;exitDx=0;exitDy=0;endArrow=none;endFill=0;" target="ttJMnmOJ9A8DWHro3bs2-320">
          <mxGeometry relative="1" as="geometry" />
        </mxCell>
        <mxCell id="ttJMnmOJ9A8DWHro3bs2-340" edge="1" parent="1" source="ttJMnmOJ9A8DWHro3bs2-326" style="rounded=0;orthogonalLoop=1;jettySize=auto;html=1;exitX=0;exitY=0.5;exitDx=0;exitDy=0;endArrow=none;endFill=0;" target="ttJMnmOJ9A8DWHro3bs2-320">
          <mxGeometry relative="1" as="geometry" />
        </mxCell>
        <mxCell id="ttJMnmOJ9A8DWHro3bs2-341" edge="1" parent="1" source="ttJMnmOJ9A8DWHro3bs2-328" style="rounded=0;orthogonalLoop=1;jettySize=auto;html=1;exitX=0;exitY=0.5;exitDx=0;exitDy=0;endArrow=none;endFill=0;" target="ttJMnmOJ9A8DWHro3bs2-320">
          <mxGeometry relative="1" as="geometry" />
        </mxCell>
        <mxCell id="ttJMnmOJ9A8DWHro3bs2-342" edge="1" parent="1" source="ttJMnmOJ9A8DWHro3bs2-327" style="rounded=0;orthogonalLoop=1;jettySize=auto;html=1;exitX=0;exitY=0.5;exitDx=0;exitDy=0;endArrow=none;endFill=0;" target="ttJMnmOJ9A8DWHro3bs2-320">
          <mxGeometry relative="1" as="geometry" />
        </mxCell>
        <mxCell id="ttJMnmOJ9A8DWHro3bs2-345" edge="1" parent="1" source="ttJMnmOJ9A8DWHro3bs2-330" style="rounded=0;orthogonalLoop=1;jettySize=auto;html=1;exitX=1;exitY=0.5;exitDx=0;exitDy=0;endArrow=none;endFill=0;" target="ttJMnmOJ9A8DWHro3bs2-321">
          <mxGeometry relative="1" as="geometry" />
        </mxCell>
        <mxCell id="ttJMnmOJ9A8DWHro3bs2-346" edge="1" parent="1" source="ttJMnmOJ9A8DWHro3bs2-331" style="rounded=0;orthogonalLoop=1;jettySize=auto;html=1;exitX=1;exitY=0.5;exitDx=0;exitDy=0;endArrow=none;endFill=0;" target="ttJMnmOJ9A8DWHro3bs2-321">
          <mxGeometry relative="1" as="geometry" />
        </mxCell>
        <mxCell id="ttJMnmOJ9A8DWHro3bs2-348" edge="1" parent="1" source="ttJMnmOJ9A8DWHro3bs2-332" style="rounded=0;orthogonalLoop=1;jettySize=auto;html=1;exitX=1;exitY=0.5;exitDx=0;exitDy=0;endArrow=none;endFill=0;" target="ttJMnmOJ9A8DWHro3bs2-321">
          <mxGeometry relative="1" as="geometry" />
        </mxCell>
        <mxCell id="ttJMnmOJ9A8DWHro3bs2-349" edge="1" parent="1" source="ttJMnmOJ9A8DWHro3bs2-333" style="rounded=0;orthogonalLoop=1;jettySize=auto;html=1;exitX=1;exitY=0.5;exitDx=0;exitDy=0;endArrow=none;endFill=0;" target="ttJMnmOJ9A8DWHro3bs2-321">
          <mxGeometry relative="1" as="geometry" />
        </mxCell>
        <mxCell id="ttJMnmOJ9A8DWHro3bs2-350" edge="1" parent="1" source="ttJMnmOJ9A8DWHro3bs2-334" style="rounded=0;orthogonalLoop=1;jettySize=auto;html=1;exitX=1;exitY=0.5;exitDx=0;exitDy=0;endArrow=none;endFill=0;" target="ttJMnmOJ9A8DWHro3bs2-321">
          <mxGeometry relative="1" as="geometry" />
        </mxCell>
        <mxCell id="ttJMnmOJ9A8DWHro3bs2-343" edge="1" parent="1" source="ttJMnmOJ9A8DWHro3bs2-329" style="rounded=0;orthogonalLoop=1;jettySize=auto;html=1;exitX=0;exitY=0.5;exitDx=0;exitDy=0;endArrow=none;endFill=0;" target="ttJMnmOJ9A8DWHro3bs2-320">
          <mxGeometry relative="1" as="geometry">
            <mxPoint x="119.99999999999977" y="1680" as="targetPoint" />
          </mxGeometry>
        </mxCell>
        <mxCell id="ttJMnmOJ9A8DWHro3bs2-355" parent="1" style="swimlane;whiteSpace=wrap;html=1;startSize=23;" value="&lt;span style=&quot;font-family: &amp;quot;Anthropic Sans&amp;quot;, -apple-system, BlinkMacSystemFont, &amp;quot;Segoe UI&amp;quot;, sans-serif; font-size: 14px; font-weight: 500; text-align: start; white-space: nowrap;&quot;&gt;Pelaporan dan Audit&lt;/span&gt;" vertex="1">
          <mxGeometry height="510" width="370" x="220" y="2080" as="geometry" />
        </mxCell>
        <mxCell id="ttJMnmOJ9A8DWHro3bs2-360" parent="ttJMnmOJ9A8DWHro3bs2-355" style="ellipse;whiteSpace=wrap;html=1;align=center;fontSize=8;" value="Mencetak laporan" vertex="1">
          <mxGeometry height="40" width="70" x="150" y="90" as="geometry" />
        </mxCell>
        <mxCell id="ttJMnmOJ9A8DWHro3bs2-361" parent="ttJMnmOJ9A8DWHro3bs2-355" style="ellipse;whiteSpace=wrap;html=1;align=center;fontSize=8;" value="Ekspor laporan ke PDF" vertex="1">
          <mxGeometry height="40" width="70" x="90" y="270" as="geometry" />
        </mxCell>
        <mxCell id="ttJMnmOJ9A8DWHro3bs2-362" parent="ttJMnmOJ9A8DWHro3bs2-355" style="ellipse;whiteSpace=wrap;html=1;align=center;fontSize=8;" value="Melihat dashboard ringkasan" vertex="1">
          <mxGeometry height="40" width="70" x="110" y="380" as="geometry" />
        </mxCell>
        <mxCell id="ttJMnmOJ9A8DWHro3bs2-371" parent="ttJMnmOJ9A8DWHro3bs2-355" style="ellipse;whiteSpace=wrap;html=1;align=center;fontSize=8;" value="Melihat log aktivitas sistem" vertex="1">
          <mxGeometry height="40" width="70" x="194" y="460" as="geometry" />
        </mxCell>
        <mxCell id="ttJMnmOJ9A8DWHro3bs2-363" parent="ttJMnmOJ9A8DWHro3bs2-355" style="ellipse;whiteSpace=wrap;html=1;align=center;fontSize=8;" value="Menjadwalkan laporan otomatis" vertex="1">
          <mxGeometry height="40" width="70" x="140" y="310" as="geometry" />
        </mxCell>
        <mxCell id="ttJMnmOJ9A8DWHro3bs2-369" parent="ttJMnmOJ9A8DWHro3bs2-355" style="ellipse;whiteSpace=wrap;html=1;align=center;fontSize=8;" value="Verifikasi kesesuaian data aset" vertex="1">
          <mxGeometry height="40" width="70" x="180" y="250" as="geometry" />
        </mxCell>
        <mxCell id="ttJMnmOJ9A8DWHro3bs2-367" parent="ttJMnmOJ9A8DWHro3bs2-355" style="ellipse;whiteSpace=wrap;html=1;align=center;fontSize=8;" value="Mencatat hasil audit" vertex="1">
          <mxGeometry height="40" width="70" x="160" y="40" as="geometry" />
        </mxCell>
        <mxCell id="ttJMnmOJ9A8DWHro3bs2-364" parent="ttJMnmOJ9A8DWHro3bs2-355" style="ellipse;whiteSpace=wrap;html=1;align=center;fontSize=8;" value="Memfilter laporan berdasar periode" vertex="1">
          <mxGeometry height="40" width="70" x="54" y="410" as="geometry" />
        </mxCell>
        <mxCell id="ttJMnmOJ9A8DWHro3bs2-365" parent="ttJMnmOJ9A8DWHro3bs2-355" style="ellipse;whiteSpace=wrap;html=1;align=center;fontSize=8;" value="Membandingkan data periodik" vertex="1">
          <mxGeometry height="40" width="70" x="60" y="460" as="geometry" />
        </mxCell>
        <mxCell id="ttJMnmOJ9A8DWHro3bs2-370" parent="ttJMnmOJ9A8DWHro3bs2-355" style="ellipse;whiteSpace=wrap;html=1;align=center;fontSize=8;" value="Menandai aset selisih" vertex="1">
          <mxGeometry height="40" width="70" x="200" y="400" as="geometry" />
        </mxCell>
        <mxCell id="ttJMnmOJ9A8DWHro3bs2-368" parent="ttJMnmOJ9A8DWHro3bs2-355" style="ellipse;whiteSpace=wrap;html=1;align=center;fontSize=8;" value="Membuat berita acara audit" vertex="1">
          <mxGeometry height="40" width="70" x="270" y="180" as="geometry" />
        </mxCell>
        <mxCell id="ttJMnmOJ9A8DWHro3bs2-390" edge="1" parent="ttJMnmOJ9A8DWHro3bs2-355" source="ttJMnmOJ9A8DWHro3bs2-370" style="html=1;verticalAlign=bottom;labelBackgroundColor=none;endArrow=open;endFill=0;dashed=1;rounded=0;exitX=0.5;exitY=0;exitDx=0;exitDy=0;entryX=1;entryY=1;entryDx=0;entryDy=0;" target="ttJMnmOJ9A8DWHro3bs2-368" value="&amp;lt;&amp;lt;extend&amp;gt;&amp;gt;">
          <mxGeometry relative="1" width="160" as="geometry">
            <mxPoint x="280" y="350" as="sourcePoint" />
            <mxPoint x="220" y="482" as="targetPoint" />
          </mxGeometry>
        </mxCell>
        <mxCell id="ttJMnmOJ9A8DWHro3bs2-358" parent="ttJMnmOJ9A8DWHro3bs2-355" style="ellipse;whiteSpace=wrap;html=1;align=center;fontSize=8;" value="Membuat laporan aset" vertex="1">
          <mxGeometry height="40" width="70" x="50" y="30" as="geometry" />
        </mxCell>
        <mxCell id="ttJMnmOJ9A8DWHro3bs2-359" parent="ttJMnmOJ9A8DWHro3bs2-355" style="ellipse;whiteSpace=wrap;html=1;align=center;fontSize=8;" value="Membuat laporan depresiasi" vertex="1">
          <mxGeometry height="40" width="70" x="20" y="80" as="geometry" />
        </mxCell>
        <mxCell id="SDq1_bFD7WnbyKTvlYuf-2" parent="ttJMnmOJ9A8DWHro3bs2-355" style="ellipse;whiteSpace=wrap;html=1;align=center;fontSize=8;" value="Mencetak laporan mutasi" vertex="1">
          <mxGeometry height="40" width="70" x="60" y="140" as="geometry" />
        </mxCell>
        <mxCell id="SDq1_bFD7WnbyKTvlYuf-3" parent="ttJMnmOJ9A8DWHro3bs2-355" style="ellipse;whiteSpace=wrap;html=1;align=center;fontSize=8;" value="Mencetak laporan audit" vertex="1">
          <mxGeometry height="40" width="70" x="90" y="210" as="geometry" />
        </mxCell>
        <mxCell id="SDq1_bFD7WnbyKTvlYuf-4" parent="ttJMnmOJ9A8DWHro3bs2-355" style="ellipse;whiteSpace=wrap;html=1;align=center;fontSize=8;" value="Mencetak laporan pajak" vertex="1">
          <mxGeometry height="40" width="70" x="160" y="180" as="geometry" />
        </mxCell>
        <mxCell id="SDq1_bFD7WnbyKTvlYuf-11" edge="1" parent="ttJMnmOJ9A8DWHro3bs2-355" source="SDq1_bFD7WnbyKTvlYuf-4" style="html=1;verticalAlign=bottom;labelBackgroundColor=none;endArrow=open;endFill=0;dashed=1;rounded=0;exitX=0.429;exitY=0;exitDx=0;exitDy=0;entryX=0.576;entryY=0.995;entryDx=0;entryDy=0;entryPerimeter=0;exitPerimeter=0;" target="ttJMnmOJ9A8DWHro3bs2-360" value="&amp;lt;&amp;lt;extend&amp;gt;&amp;gt;">
          <mxGeometry relative="1" width="160" as="geometry">
            <mxPoint x="190" y="326" as="sourcePoint" />
            <mxPoint x="285" y="140" as="targetPoint" />
          </mxGeometry>
        </mxCell>
        <mxCell id="SDq1_bFD7WnbyKTvlYuf-12" edge="1" parent="ttJMnmOJ9A8DWHro3bs2-355" source="SDq1_bFD7WnbyKTvlYuf-2" style="html=1;verticalAlign=bottom;labelBackgroundColor=none;endArrow=open;endFill=0;dashed=1;rounded=0;exitX=0.5;exitY=0;exitDx=0;exitDy=0;entryX=0.098;entryY=0.724;entryDx=0;entryDy=0;entryPerimeter=0;" target="ttJMnmOJ9A8DWHro3bs2-360" value="&amp;lt;&amp;lt;extend&amp;gt;&amp;gt;">
          <mxGeometry relative="1" width="160" as="geometry">
            <mxPoint x="140" y="150" as="sourcePoint" />
            <mxPoint x="159" y="120" as="targetPoint" />
          </mxGeometry>
        </mxCell>
        <mxCell id="SDq1_bFD7WnbyKTvlYuf-13" edge="1" parent="ttJMnmOJ9A8DWHro3bs2-355" source="SDq1_bFD7WnbyKTvlYuf-3" style="html=1;verticalAlign=bottom;labelBackgroundColor=none;endArrow=open;endFill=0;dashed=1;rounded=0;exitX=0.685;exitY=0;exitDx=0;exitDy=0;entryX=0.23;entryY=0.892;entryDx=0;entryDy=0;entryPerimeter=0;exitPerimeter=0;" target="ttJMnmOJ9A8DWHro3bs2-360" value="&amp;lt;&amp;lt;extend&amp;gt;&amp;gt;">
          <mxGeometry relative="1" width="160" as="geometry">
            <mxPoint x="170" y="230" as="sourcePoint" />
            <mxPoint x="189" y="200" as="targetPoint" />
          </mxGeometry>
        </mxCell>
        <mxCell id="JGa3toTjyCk54IzFmMTe-7" edge="1" parent="1" source="ttJMnmOJ9A8DWHro3bs2-356" style="rounded=0;orthogonalLoop=1;jettySize=auto;html=1;entryX=0;entryY=0.5;entryDx=0;entryDy=0;endArrow=none;endFill=0;" target="ttJMnmOJ9A8DWHro3bs2-369">
          <mxGeometry relative="1" as="geometry" />
        </mxCell>
        <mxCell id="ttJMnmOJ9A8DWHro3bs2-356" parent="1" style="shape=umlActor;verticalLabelPosition=bottom;verticalAlign=top;html=1;outlineConnect=0;" value="Admin" vertex="1">
          <mxGeometry height="30" width="20" x="90" y="2280" as="geometry" />
        </mxCell>
        <mxCell id="JGa3toTjyCk54IzFmMTe-6" edge="1" parent="1" source="ttJMnmOJ9A8DWHro3bs2-357" style="rounded=0;orthogonalLoop=1;jettySize=auto;html=1;entryX=1;entryY=0.5;entryDx=0;entryDy=0;endArrow=none;endFill=0;" target="ttJMnmOJ9A8DWHro3bs2-362">
          <mxGeometry relative="1" as="geometry" />
        </mxCell>
        <mxCell id="ttJMnmOJ9A8DWHro3bs2-357" parent="1" style="shape=umlActor;verticalLabelPosition=bottom;verticalAlign=top;html=1;outlineConnect=0;" value="Auditor" vertex="1">
          <mxGeometry height="30" width="20" x="680" y="2300" as="geometry" />
        </mxCell>
        <mxCell id="ttJMnmOJ9A8DWHro3bs2-366" parent="1" style="ellipse;whiteSpace=wrap;html=1;align=center;fontSize=8;" value="Melakukan audit fisik aset" vertex="1">
          <mxGeometry height="40" width="70" x="480" y="2120" as="geometry" />
        </mxCell>
        <mxCell id="ttJMnmOJ9A8DWHro3bs2-372" edge="1" parent="1" source="ttJMnmOJ9A8DWHro3bs2-358" style="rounded=0;orthogonalLoop=1;jettySize=auto;html=1;exitX=0;exitY=0.5;exitDx=0;exitDy=0;endArrow=none;endFill=0;" target="ttJMnmOJ9A8DWHro3bs2-356">
          <mxGeometry relative="1" as="geometry" />
        </mxCell>
        <mxCell id="ttJMnmOJ9A8DWHro3bs2-373" edge="1" parent="1" source="ttJMnmOJ9A8DWHro3bs2-359" style="rounded=0;orthogonalLoop=1;jettySize=auto;html=1;exitX=0;exitY=0.5;exitDx=0;exitDy=0;endArrow=none;endFill=0;" target="ttJMnmOJ9A8DWHro3bs2-356">
          <mxGeometry relative="1" as="geometry" />
        </mxCell>
        <mxCell id="ttJMnmOJ9A8DWHro3bs2-374" edge="1" parent="1" source="ttJMnmOJ9A8DWHro3bs2-360" style="rounded=0;orthogonalLoop=1;jettySize=auto;html=1;exitX=0;exitY=0.5;exitDx=0;exitDy=0;endArrow=none;endFill=0;" target="ttJMnmOJ9A8DWHro3bs2-356">
          <mxGeometry relative="1" as="geometry" />
        </mxCell>
        <mxCell id="ttJMnmOJ9A8DWHro3bs2-375" edge="1" parent="1" source="ttJMnmOJ9A8DWHro3bs2-361" style="rounded=0;orthogonalLoop=1;jettySize=auto;html=1;exitX=0;exitY=0.5;exitDx=0;exitDy=0;endArrow=none;endFill=0;" target="ttJMnmOJ9A8DWHro3bs2-356">
          <mxGeometry relative="1" as="geometry" />
        </mxCell>
        <mxCell id="ttJMnmOJ9A8DWHro3bs2-376" edge="1" parent="1" source="ttJMnmOJ9A8DWHro3bs2-362" style="rounded=0;orthogonalLoop=1;jettySize=auto;html=1;exitX=0;exitY=0.5;exitDx=0;exitDy=0;endArrow=none;endFill=0;" target="ttJMnmOJ9A8DWHro3bs2-356">
          <mxGeometry relative="1" as="geometry" />
        </mxCell>
        <mxCell id="ttJMnmOJ9A8DWHro3bs2-377" edge="1" parent="1" source="ttJMnmOJ9A8DWHro3bs2-364" style="rounded=0;orthogonalLoop=1;jettySize=auto;html=1;exitX=0;exitY=0.5;exitDx=0;exitDy=0;endArrow=none;endFill=0;" target="ttJMnmOJ9A8DWHro3bs2-356">
          <mxGeometry relative="1" as="geometry" />
        </mxCell>
        <mxCell id="ttJMnmOJ9A8DWHro3bs2-378" edge="1" parent="1" source="ttJMnmOJ9A8DWHro3bs2-365" style="rounded=0;orthogonalLoop=1;jettySize=auto;html=1;exitX=0;exitY=0.5;exitDx=0;exitDy=0;endArrow=none;endFill=0;">
          <mxGeometry relative="1" as="geometry">
            <mxPoint x="110" y="2310" as="targetPoint" />
          </mxGeometry>
        </mxCell>
        <mxCell id="ttJMnmOJ9A8DWHro3bs2-379" edge="1" parent="1" source="ttJMnmOJ9A8DWHro3bs2-366" style="rounded=0;orthogonalLoop=1;jettySize=auto;html=1;exitX=1;exitY=0.5;exitDx=0;exitDy=0;endArrow=none;endFill=0;" target="ttJMnmOJ9A8DWHro3bs2-357">
          <mxGeometry relative="1" as="geometry" />
        </mxCell>
        <mxCell id="ttJMnmOJ9A8DWHro3bs2-382" edge="1" parent="1" source="ttJMnmOJ9A8DWHro3bs2-367" style="rounded=0;orthogonalLoop=1;jettySize=auto;html=1;exitX=1;exitY=0.5;exitDx=0;exitDy=0;endArrow=none;endFill=0;" target="ttJMnmOJ9A8DWHro3bs2-357">
          <mxGeometry relative="1" as="geometry" />
        </mxCell>
        <mxCell id="ttJMnmOJ9A8DWHro3bs2-383" edge="1" parent="1" source="ttJMnmOJ9A8DWHro3bs2-368" style="rounded=0;orthogonalLoop=1;jettySize=auto;html=1;exitX=1;exitY=0.5;exitDx=0;exitDy=0;endArrow=none;endFill=0;" target="ttJMnmOJ9A8DWHro3bs2-357">
          <mxGeometry relative="1" as="geometry" />
        </mxCell>
        <mxCell id="ttJMnmOJ9A8DWHro3bs2-384" edge="1" parent="1" source="ttJMnmOJ9A8DWHro3bs2-369" style="rounded=0;orthogonalLoop=1;jettySize=auto;html=1;exitX=1;exitY=0.5;exitDx=0;exitDy=0;endArrow=none;endFill=0;" target="ttJMnmOJ9A8DWHro3bs2-357">
          <mxGeometry relative="1" as="geometry" />
        </mxCell>
        <mxCell id="ttJMnmOJ9A8DWHro3bs2-385" edge="1" parent="1" source="ttJMnmOJ9A8DWHro3bs2-370" style="rounded=0;orthogonalLoop=1;jettySize=auto;html=1;exitX=1;exitY=0.5;exitDx=0;exitDy=0;endArrow=none;endFill=0;" target="ttJMnmOJ9A8DWHro3bs2-357">
          <mxGeometry relative="1" as="geometry" />
        </mxCell>
        <mxCell id="ttJMnmOJ9A8DWHro3bs2-386" edge="1" parent="1" source="ttJMnmOJ9A8DWHro3bs2-371" style="rounded=0;orthogonalLoop=1;jettySize=auto;html=1;exitX=1;exitY=0.5;exitDx=0;exitDy=0;endArrow=none;endFill=0;" target="ttJMnmOJ9A8DWHro3bs2-357">
          <mxGeometry relative="1" as="geometry" />
        </mxCell>
        <mxCell id="ttJMnmOJ9A8DWHro3bs2-388" edge="1" parent="1" source="ttJMnmOJ9A8DWHro3bs2-363" style="rounded=0;orthogonalLoop=1;jettySize=auto;html=1;exitX=0;exitY=0.5;exitDx=0;exitDy=0;endArrow=none;endFill=0;" target="ttJMnmOJ9A8DWHro3bs2-356">
          <mxGeometry relative="1" as="geometry" />
        </mxCell>
        <mxCell id="ttJMnmOJ9A8DWHro3bs2-389" edge="1" parent="1" source="ttJMnmOJ9A8DWHro3bs2-366" style="html=1;verticalAlign=bottom;labelBackgroundColor=none;endArrow=open;endFill=0;dashed=1;rounded=0;exitX=0.5;exitY=1;exitDx=0;exitDy=0;entryX=0.5;entryY=0;entryDx=0;entryDy=0;" target="ttJMnmOJ9A8DWHro3bs2-369" value="&amp;lt;&amp;lt;include&amp;gt;&amp;gt;">
          <mxGeometry relative="1" width="160" as="geometry">
            <mxPoint x="540" y="2180" as="sourcePoint" />
            <mxPoint x="620" y="2206" as="targetPoint" />
          </mxGeometry>
        </mxCell>
        <mxCell id="ttJMnmOJ9A8DWHro3bs2-391" parent="1" style="swimlane;whiteSpace=wrap;html=1;startSize=23;" value="&lt;span style=&quot;font-family: &amp;quot;Anthropic Sans&amp;quot;, -apple-system, BlinkMacSystemFont, &amp;quot;Segoe UI&amp;quot;, sans-serif; font-size: 14px; font-weight: 500; text-align: start; white-space: nowrap;&quot;&gt;Keamanan dan Pengaturan Sistem&lt;/span&gt;" vertex="1">
          <mxGeometry height="510" width="370" x="220" y="2730" as="geometry" />
        </mxCell>
        <mxCell id="ttJMnmOJ9A8DWHro3bs2-396" parent="ttJMnmOJ9A8DWHro3bs2-391" style="ellipse;whiteSpace=wrap;html=1;align=center;fontSize=8;" value="Restore data dari backup" vertex="1">
          <mxGeometry height="40" width="70" x="50" y="280" as="geometry" />
        </mxCell>
        <mxCell id="ttJMnmOJ9A8DWHro3bs2-397" parent="ttJMnmOJ9A8DWHro3bs2-391" style="ellipse;whiteSpace=wrap;html=1;align=center;fontSize=8;" value="Mengatur kebijakan password" vertex="1">
          <mxGeometry height="40" width="70" x="110" y="320" as="geometry" />
        </mxCell>
        <mxCell id="ttJMnmOJ9A8DWHro3bs2-392" parent="ttJMnmOJ9A8DWHro3bs2-391" style="ellipse;whiteSpace=wrap;html=1;align=center;fontSize=8;" value="Mengelola akun pengguna" vertex="1">
          <mxGeometry height="40" width="70" x="70" y="40" as="geometry" />
        </mxCell>
        <mxCell id="ttJMnmOJ9A8DWHro3bs2-393" parent="ttJMnmOJ9A8DWHro3bs2-391" style="ellipse;whiteSpace=wrap;html=1;align=center;fontSize=8;" value="Menetapkan hak akses (RBAC)" vertex="1">
          <mxGeometry height="40" width="70" x="50" y="90" as="geometry" />
        </mxCell>
        <mxCell id="ttJMnmOJ9A8DWHro3bs2-407" parent="ttJMnmOJ9A8DWHro3bs2-391" style="ellipse;whiteSpace=wrap;html=1;align=center;fontSize=8;" value="Reset password via email" vertex="1">
          <mxGeometry height="40" width="70" x="210" y="200" as="geometry" />
        </mxCell>
        <mxCell id="ttJMnmOJ9A8DWHro3bs2-410" parent="ttJMnmOJ9A8DWHro3bs2-391" style="ellipse;whiteSpace=wrap;html=1;align=center;fontSize=8;" value="Menerima notifikasi sistem" vertex="1">
          <mxGeometry height="40" width="70" x="210" y="410" as="geometry" />
        </mxCell>
        <mxCell id="ttJMnmOJ9A8DWHro3bs2-408" parent="ttJMnmOJ9A8DWHro3bs2-391" style="ellipse;whiteSpace=wrap;html=1;align=center;fontSize=8;" value="Mengaktifkan autentikasi 2FA" vertex="1">
          <mxGeometry height="40" width="70" x="194" y="250" as="geometry" />
        </mxCell>
        <mxCell id="ttJMnmOJ9A8DWHro3bs2-409" parent="ttJMnmOJ9A8DWHro3bs2-391" style="ellipse;whiteSpace=wrap;html=1;align=center;fontSize=8;" value="Memperbarui profil pengguna" vertex="1">
          <mxGeometry height="40" width="70" x="210" y="320" as="geometry" />
        </mxCell>
        <mxCell id="ttJMnmOJ9A8DWHro3bs2-398" parent="ttJMnmOJ9A8DWHro3bs2-391" style="ellipse;whiteSpace=wrap;html=1;align=center;fontSize=8;" value="Melakukan backup data" vertex="1">
          <mxGeometry height="40" width="70" x="110" y="250" as="geometry" />
        </mxCell>
        <mxCell id="ttJMnmOJ9A8DWHro3bs2-405" parent="ttJMnmOJ9A8DWHro3bs2-391" style="ellipse;whiteSpace=wrap;html=1;align=center;fontSize=8;" value="Logout dari sistem" vertex="1">
          <mxGeometry height="40" width="70" x="190" y="50" as="geometry" />
        </mxCell>
        <mxCell id="ttJMnmOJ9A8DWHro3bs2-406" parent="ttJMnmOJ9A8DWHro3bs2-391" style="ellipse;whiteSpace=wrap;html=1;align=center;fontSize=8;" value="Mengubah password" vertex="1">
          <mxGeometry height="40" width="70" x="159" y="140" as="geometry" />
        </mxCell>
        <mxCell id="ttJMnmOJ9A8DWHro3bs2-434" edge="1" parent="ttJMnmOJ9A8DWHro3bs2-391" source="ttJMnmOJ9A8DWHro3bs2-406" style="html=1;verticalAlign=bottom;labelBackgroundColor=none;endArrow=open;endFill=0;dashed=1;rounded=0;exitX=0;exitY=0.5;exitDx=0;exitDy=0;entryX=1;entryY=0;entryDx=0;entryDy=0;" target="ttJMnmOJ9A8DWHro3bs2-397" value="&amp;lt;&amp;lt;include&amp;gt;&amp;gt;">
          <mxGeometry relative="1" width="160" as="geometry">
            <mxPoint x="501" y="90" as="sourcePoint" />
            <mxPoint x="400" y="225" as="targetPoint" />
          </mxGeometry>
        </mxCell>
        <mxCell id="ttJMnmOJ9A8DWHro3bs2-394" parent="ttJMnmOJ9A8DWHro3bs2-391" style="ellipse;whiteSpace=wrap;html=1;align=center;fontSize=8;" value="Menonaktifkan akun" vertex="1">
          <mxGeometry height="40" width="70" x="124" y="90" as="geometry" />
        </mxCell>
        <mxCell id="ttJMnmOJ9A8DWHro3bs2-395" parent="1" style="ellipse;whiteSpace=wrap;html=1;align=center;fontSize=8;" value="Melihat log aktivitas pengguna" vertex="1">
          <mxGeometry height="40" width="70" x="280" y="2940" as="geometry" />
        </mxCell>
        <mxCell id="ttJMnmOJ9A8DWHro3bs2-399" parent="1" style="ellipse;whiteSpace=wrap;html=1;align=center;fontSize=8;" value="Mengonfigurasi notifikasi sistem" vertex="1">
          <mxGeometry height="40" width="70" x="310" y="3110" as="geometry" />
        </mxCell>
        <mxCell id="ttJMnmOJ9A8DWHro3bs2-400" parent="1" style="ellipse;whiteSpace=wrap;html=1;align=center;fontSize=8;" value="Mengelola master data" vertex="1">
          <mxGeometry height="40" width="70" x="260" y="3170" as="geometry" />
        </mxCell>
        <mxCell id="JGa3toTjyCk54IzFmMTe-8" edge="1" parent="1" source="ttJMnmOJ9A8DWHro3bs2-402" style="rounded=0;orthogonalLoop=1;jettySize=auto;html=1;entryX=0;entryY=0.5;entryDx=0;entryDy=0;endArrow=none;endFill=0;" target="ttJMnmOJ9A8DWHro3bs2-406">
          <mxGeometry relative="1" as="geometry" />
        </mxCell>
        <mxCell id="ttJMnmOJ9A8DWHro3bs2-402" parent="1" style="shape=umlActor;verticalLabelPosition=bottom;verticalAlign=top;html=1;outlineConnect=0;" value="Admin" vertex="1">
          <mxGeometry height="30" width="20" x="70" y="2970" as="geometry" />
        </mxCell>
        <mxCell id="ttJMnmOJ9A8DWHro3bs2-403" parent="1" style="shape=umlActor;verticalLabelPosition=bottom;verticalAlign=top;html=1;outlineConnect=0;" value="Pengguna" vertex="1">
          <mxGeometry height="30" width="20" x="700" y="2980" as="geometry" />
        </mxCell>
        <mxCell id="ttJMnmOJ9A8DWHro3bs2-404" parent="1" style="ellipse;whiteSpace=wrap;html=1;align=center;fontSize=8;" value="Login ke sistem" vertex="1">
          <mxGeometry height="40" width="70" x="490" y="2770" as="geometry" />
        </mxCell>
        <mxCell id="ttJMnmOJ9A8DWHro3bs2-411" edge="1" parent="1" source="ttJMnmOJ9A8DWHro3bs2-404" style="rounded=0;orthogonalLoop=1;jettySize=auto;html=1;exitX=1;exitY=0.5;exitDx=0;exitDy=0;endArrow=none;endFill=0;" target="ttJMnmOJ9A8DWHro3bs2-403">
          <mxGeometry relative="1" as="geometry" />
        </mxCell>
        <mxCell id="ttJMnmOJ9A8DWHro3bs2-412" edge="1" parent="1" source="ttJMnmOJ9A8DWHro3bs2-405" style="rounded=0;orthogonalLoop=1;jettySize=auto;html=1;exitX=1;exitY=0.5;exitDx=0;exitDy=0;endArrow=none;endFill=0;" target="ttJMnmOJ9A8DWHro3bs2-403">
          <mxGeometry relative="1" as="geometry" />
        </mxCell>
        <mxCell id="ttJMnmOJ9A8DWHro3bs2-413" edge="1" parent="1" source="ttJMnmOJ9A8DWHro3bs2-406" style="rounded=0;orthogonalLoop=1;jettySize=auto;html=1;exitX=1;exitY=0.5;exitDx=0;exitDy=0;endArrow=none;endFill=0;" target="ttJMnmOJ9A8DWHro3bs2-403">
          <mxGeometry relative="1" as="geometry" />
        </mxCell>
        <mxCell id="ttJMnmOJ9A8DWHro3bs2-414" edge="1" parent="1" source="ttJMnmOJ9A8DWHro3bs2-407" style="rounded=0;orthogonalLoop=1;jettySize=auto;html=1;exitX=1;exitY=0.5;exitDx=0;exitDy=0;endArrow=none;endFill=0;" target="ttJMnmOJ9A8DWHro3bs2-403">
          <mxGeometry relative="1" as="geometry" />
        </mxCell>
        <mxCell id="ttJMnmOJ9A8DWHro3bs2-415" edge="1" parent="1" source="ttJMnmOJ9A8DWHro3bs2-408" style="rounded=0;orthogonalLoop=1;jettySize=auto;html=1;exitX=1;exitY=0.5;exitDx=0;exitDy=0;endArrow=none;endFill=0;" target="ttJMnmOJ9A8DWHro3bs2-403">
          <mxGeometry relative="1" as="geometry" />
        </mxCell>
        <mxCell id="ttJMnmOJ9A8DWHro3bs2-416" edge="1" parent="1" source="ttJMnmOJ9A8DWHro3bs2-409" style="rounded=0;orthogonalLoop=1;jettySize=auto;html=1;exitX=1;exitY=0.5;exitDx=0;exitDy=0;endArrow=none;endFill=0;" target="ttJMnmOJ9A8DWHro3bs2-403">
          <mxGeometry relative="1" as="geometry" />
        </mxCell>
        <mxCell id="ttJMnmOJ9A8DWHro3bs2-417" edge="1" parent="1" source="ttJMnmOJ9A8DWHro3bs2-410" style="rounded=0;orthogonalLoop=1;jettySize=auto;html=1;exitX=1;exitY=0.5;exitDx=0;exitDy=0;endArrow=none;endFill=0;" target="ttJMnmOJ9A8DWHro3bs2-403">
          <mxGeometry relative="1" as="geometry" />
        </mxCell>
        <mxCell id="ttJMnmOJ9A8DWHro3bs2-419" edge="1" parent="1" source="ttJMnmOJ9A8DWHro3bs2-392" style="rounded=0;orthogonalLoop=1;jettySize=auto;html=1;exitX=0;exitY=0.5;exitDx=0;exitDy=0;endArrow=none;endFill=0;" target="ttJMnmOJ9A8DWHro3bs2-402">
          <mxGeometry relative="1" as="geometry" />
        </mxCell>
        <mxCell id="ttJMnmOJ9A8DWHro3bs2-420" edge="1" parent="1" source="ttJMnmOJ9A8DWHro3bs2-393" style="rounded=0;orthogonalLoop=1;jettySize=auto;html=1;exitX=0;exitY=0.5;exitDx=0;exitDy=0;endArrow=none;endFill=0;" target="ttJMnmOJ9A8DWHro3bs2-402">
          <mxGeometry relative="1" as="geometry" />
        </mxCell>
        <mxCell id="ttJMnmOJ9A8DWHro3bs2-422" edge="1" parent="1" source="ttJMnmOJ9A8DWHro3bs2-394" style="rounded=0;orthogonalLoop=1;jettySize=auto;html=1;exitX=0;exitY=0.5;exitDx=0;exitDy=0;endArrow=none;endFill=0;" target="ttJMnmOJ9A8DWHro3bs2-402">
          <mxGeometry relative="1" as="geometry" />
        </mxCell>
        <mxCell id="ttJMnmOJ9A8DWHro3bs2-423" edge="1" parent="1" source="ttJMnmOJ9A8DWHro3bs2-395" style="rounded=0;orthogonalLoop=1;jettySize=auto;html=1;exitX=0;exitY=0.5;exitDx=0;exitDy=0;endArrow=none;endFill=0;" target="ttJMnmOJ9A8DWHro3bs2-402">
          <mxGeometry relative="1" as="geometry" />
        </mxCell>
        <mxCell id="ttJMnmOJ9A8DWHro3bs2-424" edge="1" parent="1" source="ttJMnmOJ9A8DWHro3bs2-396" style="rounded=0;orthogonalLoop=1;jettySize=auto;html=1;exitX=0;exitY=0.5;exitDx=0;exitDy=0;endArrow=none;endFill=0;" target="ttJMnmOJ9A8DWHro3bs2-402">
          <mxGeometry relative="1" as="geometry" />
        </mxCell>
        <mxCell id="ttJMnmOJ9A8DWHro3bs2-425" edge="1" parent="1" source="ttJMnmOJ9A8DWHro3bs2-397" style="rounded=0;orthogonalLoop=1;jettySize=auto;html=1;exitX=0;exitY=0.5;exitDx=0;exitDy=0;endArrow=none;endFill=0;" target="ttJMnmOJ9A8DWHro3bs2-402">
          <mxGeometry relative="1" as="geometry" />
        </mxCell>
        <mxCell id="ttJMnmOJ9A8DWHro3bs2-426" edge="1" parent="1" source="ttJMnmOJ9A8DWHro3bs2-398" style="rounded=0;orthogonalLoop=1;jettySize=auto;html=1;exitX=0;exitY=0.5;exitDx=0;exitDy=0;endArrow=none;endFill=0;" target="ttJMnmOJ9A8DWHro3bs2-402">
          <mxGeometry relative="1" as="geometry" />
        </mxCell>
        <mxCell id="ttJMnmOJ9A8DWHro3bs2-429" edge="1" parent="1" source="ttJMnmOJ9A8DWHro3bs2-399" style="rounded=0;orthogonalLoop=1;jettySize=auto;html=1;exitX=0;exitY=0.5;exitDx=0;exitDy=0;endArrow=none;endFill=0;" target="ttJMnmOJ9A8DWHro3bs2-402">
          <mxGeometry relative="1" as="geometry" />
        </mxCell>
        <mxCell id="ttJMnmOJ9A8DWHro3bs2-430" edge="1" parent="1" source="ttJMnmOJ9A8DWHro3bs2-400" style="rounded=0;orthogonalLoop=1;jettySize=auto;html=1;exitX=0;exitY=0.5;exitDx=0;exitDy=0;endArrow=none;endFill=0;" target="ttJMnmOJ9A8DWHro3bs2-402">
          <mxGeometry relative="1" as="geometry" />
        </mxCell>
        <mxCell id="ttJMnmOJ9A8DWHro3bs2-433" edge="1" parent="1" source="ttJMnmOJ9A8DWHro3bs2-404" style="html=1;verticalAlign=bottom;labelBackgroundColor=none;endArrow=open;endFill=0;dashed=1;rounded=0;exitX=0.5;exitY=1;exitDx=0;exitDy=0;entryX=0.5;entryY=0;entryDx=0;entryDy=0;" target="ttJMnmOJ9A8DWHro3bs2-408" value="&amp;lt;&amp;lt;extend&amp;gt;&amp;gt;">
          <mxGeometry relative="1" width="160" as="geometry">
            <mxPoint x="650" y="2976" as="sourcePoint" />
            <mxPoint x="675" y="2850" as="targetPoint" />
          </mxGeometry>
        </mxCell>
        <mxCell id="JGa3toTjyCk54IzFmMTe-1" edge="1" parent="1" source="ttJMnmOJ9A8DWHro3bs2-257" style="rounded=0;orthogonalLoop=1;jettySize=auto;html=1;exitX=1;exitY=0.5;exitDx=0;exitDy=0;endArrow=none;endFill=0;" target="ttJMnmOJ9A8DWHro3bs2-251">
          <mxGeometry relative="1" as="geometry" />
        </mxCell>
        <mxCell id="JGa3toTjyCk54IzFmMTe-2" edge="1" parent="1" source="ttJMnmOJ9A8DWHro3bs2-259" style="rounded=0;orthogonalLoop=1;jettySize=auto;html=1;exitX=1;exitY=0;exitDx=0;exitDy=0;endArrow=none;endFill=0;" target="ttJMnmOJ9A8DWHro3bs2-251">
          <mxGeometry relative="1" as="geometry" />
        </mxCell>
        <mxCell id="JGa3toTjyCk54IzFmMTe-5" edge="1" parent="1" source="ttJMnmOJ9A8DWHro3bs2-320" style="rounded=0;orthogonalLoop=1;jettySize=auto;html=1;entryX=0.047;entryY=0.73;entryDx=0;entryDy=0;entryPerimeter=0;endArrow=none;endFill=0;" target="ttJMnmOJ9A8DWHro3bs2-331">
          <mxGeometry relative="1" as="geometry" />
        </mxCell>
        <mxCell id="SDq1_bFD7WnbyKTvlYuf-1" edge="1" parent="1" source="ttJMnmOJ9A8DWHro3bs2-324" style="rounded=0;orthogonalLoop=1;jettySize=auto;html=1;exitX=1;exitY=0.5;exitDx=0;exitDy=0;endArrow=none;endFill=0;" target="ttJMnmOJ9A8DWHro3bs2-321">
          <mxGeometry relative="1" as="geometry" />
        </mxCell>
        <mxCell id="SDq1_bFD7WnbyKTvlYuf-8" edge="1" parent="1" source="SDq1_bFD7WnbyKTvlYuf-2" style="rounded=0;orthogonalLoop=1;jettySize=auto;html=1;exitX=0;exitY=0.5;exitDx=0;exitDy=0;endArrow=none;endFill=0;" target="ttJMnmOJ9A8DWHro3bs2-356">
          <mxGeometry relative="1" as="geometry" />
        </mxCell>
        <mxCell id="SDq1_bFD7WnbyKTvlYuf-9" edge="1" parent="1" source="SDq1_bFD7WnbyKTvlYuf-4" style="rounded=0;orthogonalLoop=1;jettySize=auto;html=1;exitX=0;exitY=0.5;exitDx=0;exitDy=0;endArrow=none;endFill=0;" target="ttJMnmOJ9A8DWHro3bs2-356">
          <mxGeometry relative="1" as="geometry" />
        </mxCell>
        <mxCell id="SDq1_bFD7WnbyKTvlYuf-10" edge="1" parent="1" source="SDq1_bFD7WnbyKTvlYuf-3" style="rounded=0;orthogonalLoop=1;jettySize=auto;html=1;exitX=0;exitY=0.5;exitDx=0;exitDy=0;endArrow=none;endFill=0;" target="ttJMnmOJ9A8DWHro3bs2-356">
          <mxGeometry relative="1" as="geometry" />
        </mxCell>
+         <mxCell id="Ji7-jTJ7KOdppPhq-gUy-1" edge="1" parent="1" source="ttJMnmOJ9A8DWHro3bs2-229" style="rounded=0;orthogonalLoop=1;jettySize=auto;html=1;exitX=0;exitY=0.5;exitDx=0;exitDy=0;endArrow=none;endFill=0;" target="ttJMnmOJ9A8DWHro3bs2-210">
+           <mxGeometry relative="1" as="geometry" />
+         </mxCell>
+         <mxCell id="Ji7-jTJ7KOdppPhq-gUy-2" edge="1" parent="1" source="ttJMnmOJ9A8DWHro3bs2-214" style="rounded=0;orthogonalLoop=1;jettySize=auto;html=1;exitX=1;exitY=0.5;exitDx=0;exitDy=0;endArrow=none;endFill=0;" target="ttJMnmOJ9A8DWHro3bs2-211">
+           <mxGeometry relative="1" as="geometry" />
+         </mxCell>
      </root>
    </mxGraphModel>
  </diagram>
</mxfile>
